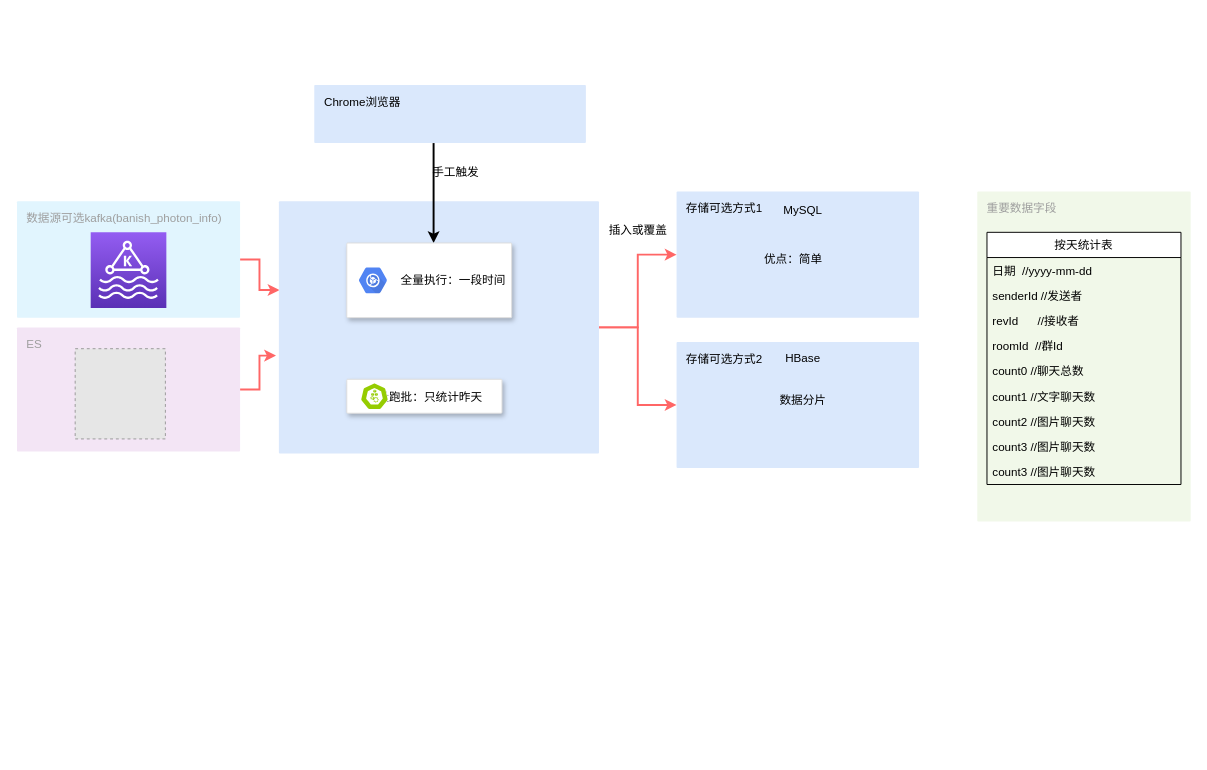
Earlier version of the draw.io diagram craft/agg_performance.drawio (feihu618/drawio). Source tidied: cells renumbered, new cells numbered last; positions are measured from the earlier drawing's top-left corner, leaving out a move shared by most shapes. Both pictures are drawn from the tidied source at 97%, with x=0, y=0 at pixel (16, 84). Pictures stored in the file or linked from it are replaced by grey dashed boxes.
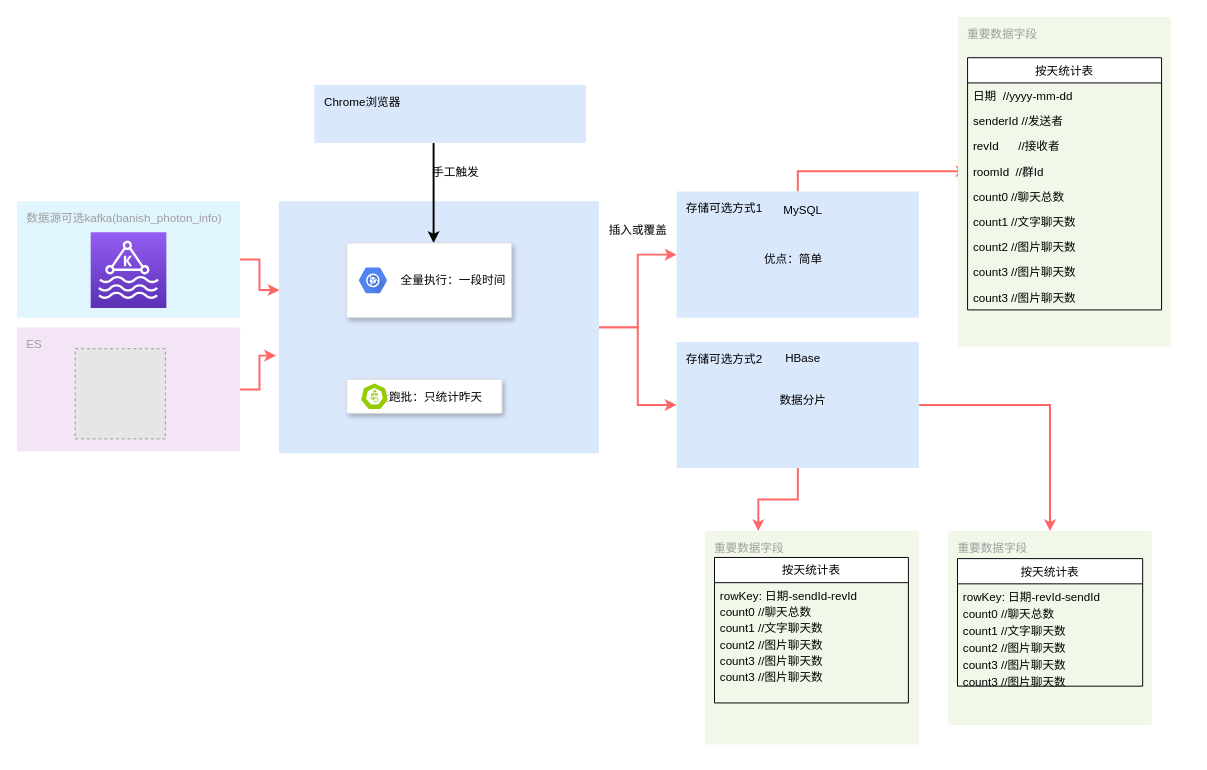
The same page after the edit.

Unchanged cells that the change refers to:
```xml
<mxCell id="5" value="存储可选方式1" style="rounded=1;absoluteArcSize=1;arcSize=2;html=1;strokeColor=#6c8ebf;shadow=0;dashed=0;strokeColor=none;fontSize=12;align=left;verticalAlign=top;spacing=10;spacingTop=-4;fillColor=#dae8fc;" parent="1" vertex="1">
  <mxGeometry x="680" y="110" width="250" height="130" as="geometry" />
</mxCell>
<mxCell id="12" value="存储可选方式2" style="rounded=1;absoluteArcSize=1;arcSize=2;html=1;strokeColor=#6c8ebf;shadow=0;dashed=0;strokeColor=none;fontSize=12;align=left;verticalAlign=top;spacing=10;spacingTop=-4;fillColor=#dae8fc;" parent="1" vertex="1">
  <mxGeometry x="680" y="265" width="250" height="130" as="geometry" />
</mxCell>
<mxCell id="20" value="roomId  //群Id" style="text;strokeColor=none;fillColor=none;align=left;verticalAlign=top;spacingLeft=4;spacingRight=4;overflow=hidden;points=[[0,0.5],[1,0.5]];portConstraint=eastwest;" parent="16" vertex="1">
  <mxGeometry y="104" width="200" height="26" as="geometry" />
</mxCell>
```

The edit, as a diff of the source:
```diff
@@
+    <mxCell id="38" style="edgeStyle=orthogonalEdgeStyle;rounded=0;jettySize=auto;html=1;entryX=0;entryY=0.5;entryDx=0;entryDy=0;strokeColor=#FF6666;strokeWidth=2;" parent="1" edge="1" source="5" target="20">
+      <mxGeometry relative="1" as="geometry" />
+    </mxCell>
@@
+    <mxCell id="39" style="edgeStyle=orthogonalEdgeStyle;rounded=0;jettySize=auto;html=1;entryX=0.25;entryY=0;entryDx=0;entryDy=0;strokeColor=#FF6666;strokeWidth=2;" parent="1" edge="1" source="12" target="42">
+      <mxGeometry relative="1" as="geometry" />
+    </mxCell>
+    <mxCell id="40" style="edgeStyle=orthogonalEdgeStyle;rounded=0;jettySize=auto;html=1;strokeColor=#FF6666;strokeWidth=2;" parent="1" edge="1" source="12" target="51">
+      <mxGeometry relative="1" as="geometry" />
+    </mxCell>
@@
     <mxCell id="14" style="group;" parent="1" vertex="1">
-      <mxGeometry x="990" y="110" width="220" height="340" as="geometry" />
+      <mxGeometry x="970" y="-70" width="220" height="340" as="geometry" />
     </mxCell>
@@
+    <mxCell id="41" style="group;" parent="1" vertex="1">
+      <mxGeometry x="709" y="460" width="221" height="220" as="geometry" />
+    </mxCell>
+    <mxCell id="42" value="重要数据字段" style="rounded=1;absoluteArcSize=1;arcSize=2;html=1;strokeColor=none;gradientColor=none;shadow=0;dashed=0;strokeColor=none;fontSize=12;fontColor=#9E9E9E;align=left;verticalAlign=top;spacing=10;spacingTop=-4;fillColor=#F1F8E9;" parent="41" vertex="1">
+      <mxGeometry width="221" height="220" as="geometry" />
+    </mxCell>
+    <mxCell id="43" value="按天统计表" style="swimlane;fontStyle=0;horizontal=1;startSize=26;" parent="41" vertex="1">
+      <mxGeometry x="10.1" y="27.2" width="199.9" height="150" as="geometry" />
+    </mxCell>
+    <mxCell id="44" value="rowKey: 日期-sendId-revId" style="text;strokeColor=none;fillColor=none;align=left;verticalAlign=top;spacingLeft=4;spacingRight=4;overflow=hidden;" parent="43" vertex="1">
+      <mxGeometry y="26" width="199.9" height="16.8" as="geometry" />
+    </mxCell>
+    <mxCell id="45" value="count0 //聊天总数" style="text;strokeColor=none;fillColor=none;align=left;verticalAlign=top;spacingLeft=4;spacingRight=4;overflow=hidden;" parent="43" vertex="1">
+      <mxGeometry y="42.8" width="199.9" height="16.8" as="geometry" />
+    </mxCell>
+    <mxCell id="46" value="count1 //文字聊天数" style="text;strokeColor=none;fillColor=none;align=left;verticalAlign=top;spacingLeft=4;spacingRight=4;overflow=hidden;" parent="43" vertex="1">
+      <mxGeometry y="59.6" width="199.9" height="16.8" as="geometry" />
+    </mxCell>
+    <mxCell id="47" value="count2 //图片聊天数" style="text;strokeColor=none;fillColor=none;align=left;verticalAlign=top;spacingLeft=4;spacingRight=4;overflow=hidden;" parent="43" vertex="1">
+      <mxGeometry y="76.5" width="199.9" height="16.8" as="geometry" />
+    </mxCell>
+    <mxCell id="48" value="count3 //图片聊天数" style="text;strokeColor=none;fillColor=none;align=left;verticalAlign=top;spacingLeft=4;spacingRight=4;overflow=hidden;" parent="43" vertex="1">
+      <mxGeometry y="93.3" width="199.9" height="16.8" as="geometry" />
+    </mxCell>
+    <mxCell id="49" value="count3 //图片聊天数" style="text;strokeColor=none;fillColor=none;align=left;verticalAlign=top;spacingLeft=4;spacingRight=4;overflow=hidden;" parent="43" vertex="1">
+      <mxGeometry y="110.1" width="199.9" height="39.9" as="geometry" />
+    </mxCell>
+    <mxCell id="50" style="group;" parent="1" vertex="1">
+      <mxGeometry x="960" y="460" width="210" height="230" as="geometry" />
+    </mxCell>
+    <mxCell id="51" value="重要数据字段" style="rounded=1;absoluteArcSize=1;arcSize=2;html=1;strokeColor=none;gradientColor=none;shadow=0;dashed=0;strokeColor=none;fontSize=12;fontColor=#9E9E9E;align=left;verticalAlign=top;spacing=10;spacingTop=-4;fillColor=#F1F8E9;" parent="50" vertex="1">
+      <mxGeometry width="210" height="200" as="geometry" />
+    </mxCell>
+    <mxCell id="52" value="按天统计表" style="swimlane;fontStyle=0;horizontal=1;startSize=26;" parent="50" vertex="1">
+      <mxGeometry x="9.6" y="28.4" width="190.9" height="131.5" as="geometry" />
+    </mxCell>
+    <mxCell id="53" value="rowKey: 日期-revId-sendId" style="text;strokeColor=none;fillColor=none;align=left;verticalAlign=top;spacingLeft=4;spacingRight=4;overflow=hidden;" parent="52" vertex="1">
+      <mxGeometry y="26" width="190.9" height="17.6" as="geometry" />
+    </mxCell>
+    <mxCell id="54" value="count0 //聊天总数" style="text;strokeColor=none;fillColor=none;align=left;verticalAlign=top;spacingLeft=4;spacingRight=4;overflow=hidden;" parent="52" vertex="1">
+      <mxGeometry y="43.6" width="190.9" height="17.6" as="geometry" />
+    </mxCell>
+    <mxCell id="55" value="count1 //文字聊天数" style="text;strokeColor=none;fillColor=none;align=left;verticalAlign=top;spacingLeft=4;spacingRight=4;overflow=hidden;" parent="52" vertex="1">
+      <mxGeometry y="61.2" width="190.9" height="17.6" as="geometry" />
+    </mxCell>
+    <mxCell id="56" value="count2 //图片聊天数" style="text;strokeColor=none;fillColor=none;align=left;verticalAlign=top;spacingLeft=4;spacingRight=4;overflow=hidden;" parent="52" vertex="1">
+      <mxGeometry y="78.8" width="190.9" height="17.6" as="geometry" />
+    </mxCell>
+    <mxCell id="57" value="count3 //图片聊天数" style="text;strokeColor=none;fillColor=none;align=left;verticalAlign=top;spacingLeft=4;spacingRight=4;overflow=hidden;" parent="52" vertex="1">
+      <mxGeometry y="96.4" width="190.9" height="17.6" as="geometry" />
+    </mxCell>
+    <mxCell id="58" value="count3 //图片聊天数" style="text;strokeColor=none;fillColor=none;align=left;verticalAlign=top;spacingLeft=4;spacingRight=4;overflow=hidden;" parent="52" vertex="1">
+      <mxGeometry y="113.9" width="190.9" height="17.6" as="geometry" />
+    </mxCell>
```
